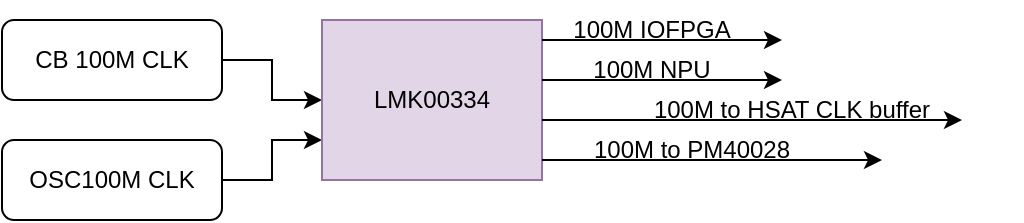
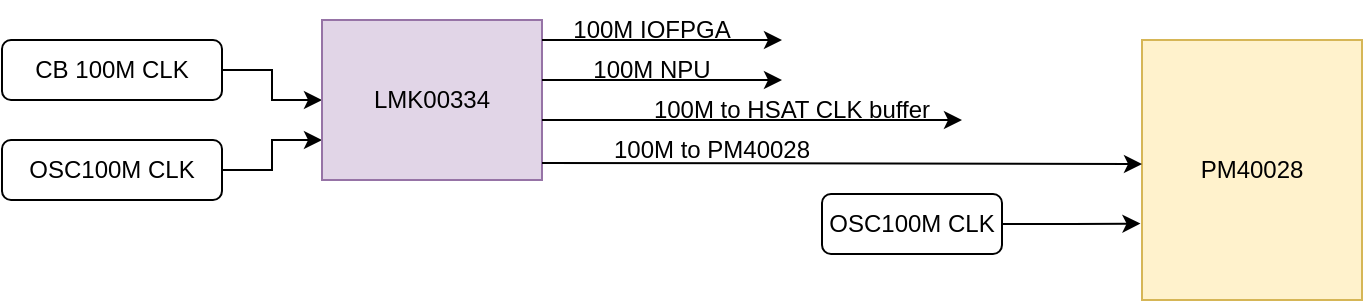
<mxfile host="app.diagrams.net">
  <diagram name="Page-1" id="cJ1i2ZrDSGZ8loSRIs3i">
-     <mxGraphModel dx="766" dy="500" grid="1" gridSize="10" guides="1" tooltips="1" connect="1" arrows="1" fold="1" page="1" pageScale="1" pageWidth="850" pageHeight="1100" math="0" shadow="0">
+     <mxGraphModel dx="1005" dy="500" grid="1" gridSize="10" guides="1" tooltips="1" connect="1" arrows="1" fold="1" page="1" pageScale="1" pageWidth="850" pageHeight="1100" math="0" shadow="0">
      <root>
        <mxCell id="0" />
        <mxCell id="1" parent="0" />
        <mxCell id="sCWqNb8X9fbYyOMFXr9O-10" edge="1" parent="1" source="sCWqNb8X9fbYyOMFXr9O-2" style="edgeStyle=orthogonalEdgeStyle;rounded=0;orthogonalLoop=1;jettySize=auto;html=1;exitX=1;exitY=0.5;exitDx=0;exitDy=0;" target="sCWqNb8X9fbYyOMFXr9O-5">
          <mxGeometry relative="1" as="geometry" />
        </mxCell>
        <mxCell id="sCWqNb8X9fbYyOMFXr9O-2" parent="1" style="rounded=1;whiteSpace=wrap;html=1;" value="CB 100M CLK" vertex="1">
-           <mxGeometry height="40" width="110" x="200" y="190" as="geometry" />
+           <mxGeometry height="30" width="110" x="200" y="200" as="geometry" />
        </mxCell>
        <mxCell id="sCWqNb8X9fbYyOMFXr9O-9" edge="1" parent="1" source="sCWqNb8X9fbYyOMFXr9O-3" style="edgeStyle=orthogonalEdgeStyle;rounded=0;orthogonalLoop=1;jettySize=auto;html=1;exitX=1;exitY=0.5;exitDx=0;exitDy=0;entryX=0;entryY=0.75;entryDx=0;entryDy=0;" target="sCWqNb8X9fbYyOMFXr9O-5">
          <mxGeometry relative="1" as="geometry" />
        </mxCell>
        <mxCell id="sCWqNb8X9fbYyOMFXr9O-3" parent="1" style="rounded=1;whiteSpace=wrap;html=1;" value="OSC100M CLK" vertex="1">
-           <mxGeometry height="40" width="110" x="200" y="250" as="geometry" />
+           <mxGeometry height="30" width="110" x="200" y="250" as="geometry" />
        </mxCell>
        <mxCell id="sCWqNb8X9fbYyOMFXr9O-5" parent="1" style="rounded=0;whiteSpace=wrap;html=1;fillColor=#e1d5e7;strokeColor=#9673a6;" value="&lt;span style=&quot;text-align: left;&quot;&gt;LMK00334&lt;/span&gt;" vertex="1">
          <mxGeometry height="80" width="110" x="360" y="190" as="geometry" />
        </mxCell>
        <mxCell id="sCWqNb8X9fbYyOMFXr9O-11" edge="1" parent="1" style="endArrow=classic;html=1;rounded=0;" value="">
          <mxGeometry height="50" relative="1" width="50" as="geometry">
            <mxPoint x="470" y="200" as="sourcePoint" />
            <mxPoint x="590" y="200" as="targetPoint" />
          </mxGeometry>
        </mxCell>
        <mxCell id="sCWqNb8X9fbYyOMFXr9O-12" parent="1" style="text;html=1;whiteSpace=wrap;strokeColor=none;fillColor=none;align=center;verticalAlign=middle;rounded=0;" value="100M IOFPGA" vertex="1">
          <mxGeometry height="30" width="100" x="475" y="180" as="geometry" />
        </mxCell>
        <mxCell id="sCWqNb8X9fbYyOMFXr9O-13" edge="1" parent="1" style="endArrow=classic;html=1;rounded=0;" value="">
          <mxGeometry height="50" relative="1" width="50" as="geometry">
            <mxPoint x="470" y="220" as="sourcePoint" />
            <mxPoint x="590" y="220" as="targetPoint" />
          </mxGeometry>
        </mxCell>
        <mxCell id="sCWqNb8X9fbYyOMFXr9O-14" parent="1" style="text;html=1;whiteSpace=wrap;strokeColor=none;fillColor=none;align=center;verticalAlign=middle;rounded=0;" value="100M NPU" vertex="1">
          <mxGeometry height="30" width="200" x="425" y="200" as="geometry" />
        </mxCell>
        <mxCell id="sCWqNb8X9fbYyOMFXr9O-17" edge="1" parent="1" style="endArrow=classic;html=1;rounded=0;" value="">
          <mxGeometry height="50" relative="1" width="50" as="geometry">
            <mxPoint x="470" y="240" as="sourcePoint" />
            <mxPoint x="680" y="240" as="targetPoint" />
          </mxGeometry>
        </mxCell>
        <mxCell id="sCWqNb8X9fbYyOMFXr9O-18" parent="1" style="text;html=1;whiteSpace=wrap;strokeColor=none;fillColor=none;align=center;verticalAlign=middle;rounded=0;" value="100M to HSAT CLK buffer" vertex="1">
          <mxGeometry height="30" width="230" x="480" y="220" as="geometry" />
        </mxCell>
        <mxCell id="sCWqNb8X9fbYyOMFXr9O-21" parent="1" style="text;html=1;whiteSpace=wrap;strokeColor=none;fillColor=none;align=center;verticalAlign=middle;rounded=0;" value="100M to PM40028" vertex="1">
-           <mxGeometry height="30" width="230" x="430" y="240" as="geometry" />
+           <mxGeometry height="30" width="230" x="440" y="240" as="geometry" />
        </mxCell>
-         <mxCell id="sCWqNb8X9fbYyOMFXr9O-22" edge="1" parent="1" style="endArrow=classic;html=1;rounded=0;" value="">
+         <mxCell id="sCWqNb8X9fbYyOMFXr9O-23" parent="1" style="rounded=1;whiteSpace=wrap;html=1;" value="OSC100M CLK" vertex="1">
+           <mxGeometry height="30" width="90" x="610" y="277" as="geometry" />
+         </mxCell>
+         <mxCell id="sCWqNb8X9fbYyOMFXr9O-24" parent="1" style="rounded=0;whiteSpace=wrap;html=1;fillColor=#fff2cc;strokeColor=#d6b656;" value="&lt;span style=&quot;text-align: left;&quot;&gt;PM40028&lt;/span&gt;" vertex="1">
+           <mxGeometry height="130" width="110" x="770" y="200" as="geometry" />
+         </mxCell>
+         <mxCell id="sCWqNb8X9fbYyOMFXr9O-25" edge="1" parent="1" source="sCWqNb8X9fbYyOMFXr9O-23" style="edgeStyle=orthogonalEdgeStyle;rounded=0;orthogonalLoop=1;jettySize=auto;html=1;exitX=1;exitY=0.5;exitDx=0;exitDy=0;entryX=-0.007;entryY=0.706;entryDx=0;entryDy=0;entryPerimeter=0;" target="sCWqNb8X9fbYyOMFXr9O-24">
+           <mxGeometry relative="1" as="geometry" />
+         </mxCell>
+         <mxCell id="sCWqNb8X9fbYyOMFXr9O-27" edge="1" parent="1" style="endArrow=classic;html=1;rounded=0;entryX=0;entryY=0.5;entryDx=0;entryDy=0;" value="">
          <mxGeometry height="50" relative="1" width="50" as="geometry">
-             <mxPoint x="470" y="260" as="sourcePoint" />
-             <mxPoint x="640" y="260" as="targetPoint" />
+             <mxPoint x="470" y="261.5" as="sourcePoint" />
+             <mxPoint x="770" y="262" as="targetPoint" />
          </mxGeometry>
        </mxCell>
      </root>
    </mxGraphModel>
  </diagram>
</mxfile>
